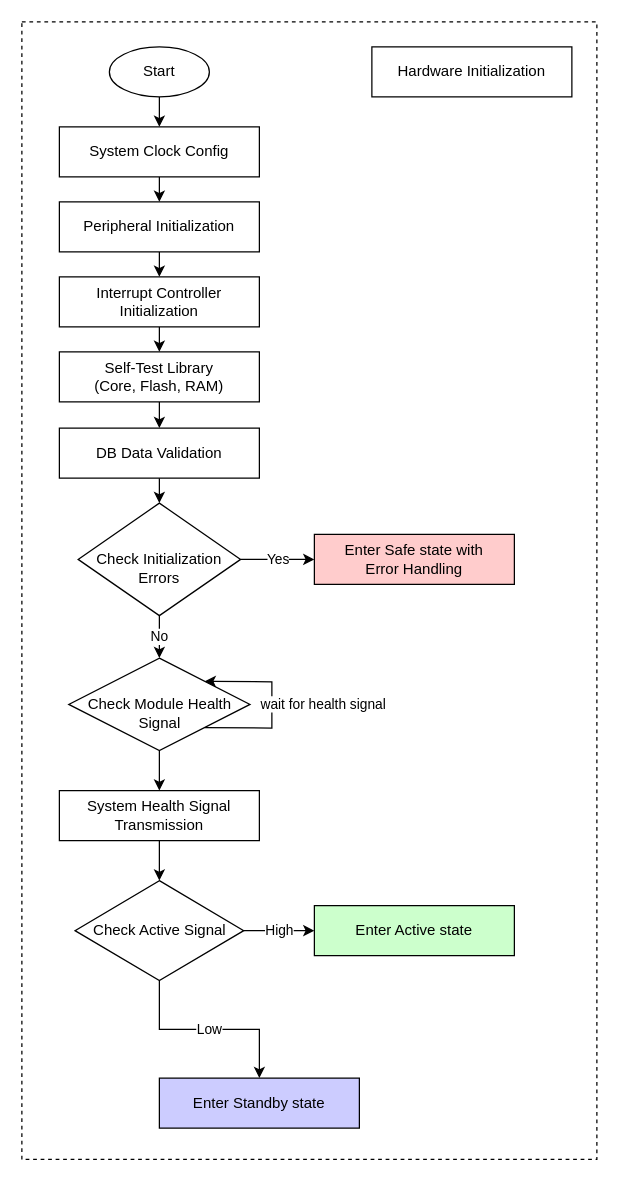
chillin2/MyDraw.io keeps this draw.io diagram as page "FCPU_Initialization_Flowchart00" (1 of 2) of EABS_SIL4/FCPU/FCPU_Init_Flowchart01.drawio. Above is the earlier version. Source tidied: cells renumbered, new cells numbered last; positions are measured from the earlier drawing's top-left corner, leaving out a move shared by most shapes. Both pictures are drawn from the tidied source at 125%, with x=0, y=0 at pixel (21, 21).
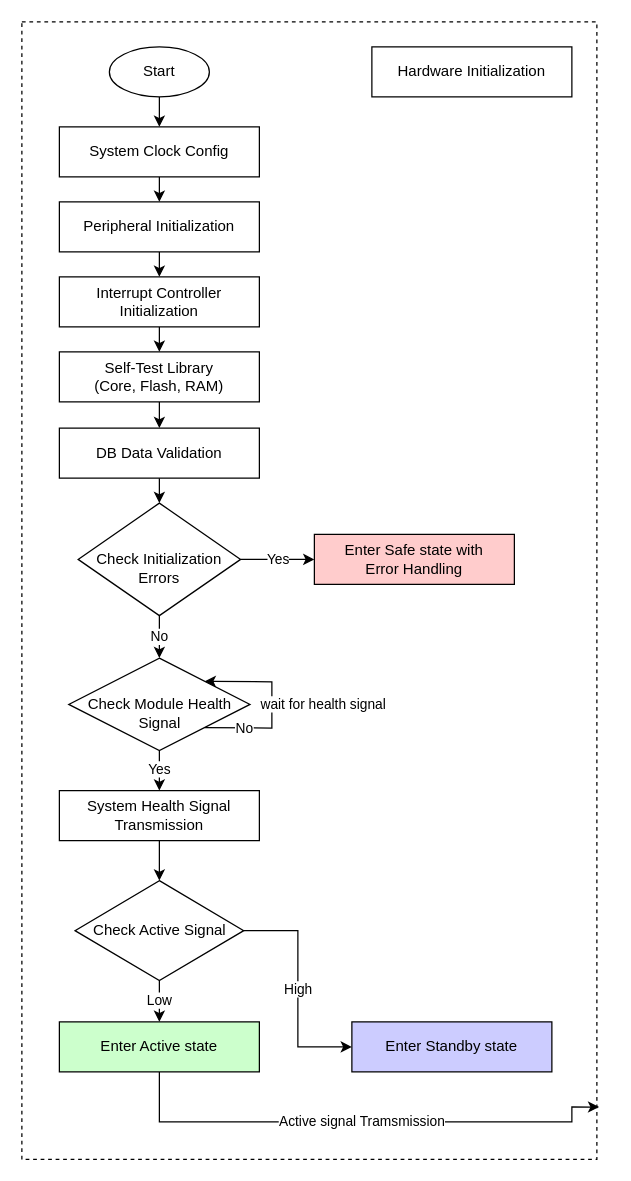
The same diagram, later.

The change refers to these unchanged cells:
```xml
<mxCell id="2" style="rounded=0;whiteSpace=wrap;html=1;dashed=1;fillColor=default;noLabel=0;movableLabel=0;" parent="1" vertex="1">
  <mxGeometry width="460" height="910" as="geometry" />
</mxCell>
<mxCell id="13" value="Check Active Signal" style="rhombus;whiteSpace=wrap;html=1;" parent="1" vertex="1">
  <mxGeometry x="42.5" y="687" width="135" height="80" as="geometry" />
</mxCell>
<mxCell id="22" style="exitX=0.5;exitY=1;exitDx=0;exitDy=0;" parent="1" edge="1" source="28" target="12">
  <mxGeometry relative="1" as="geometry" />
</mxCell>
<mxCell id="29" style="endArrow=classic;html=1;rounded=0;exitX=1;exitY=1;exitDx=0;exitDy=0;entryX=1;entryY=0;entryDx=0;entryDy=0;" parent="1" edge="1" source="28" target="28">
  <mxGeometry relative="1" as="geometry">
    <Array as="points">
      <mxPoint x="200" y="565" />
      <mxPoint x="200" y="528" />
    </Array>
  </mxGeometry>
</mxCell>
```

What changed in the source:
```diff
@@
     <mxCell id="14" value="Enter Active state" style="rounded=0;whiteSpace=wrap;html=1;fillColor=#ccffcc;" parent="1" vertex="1">
-      <mxGeometry x="234" y="707" width="160" height="40" as="geometry" />
+      <mxGeometry x="30" y="800" width="160" height="40" as="geometry" />
     </mxCell>
     <mxCell id="15" value="Enter Standby state" style="rounded=0;whiteSpace=wrap;html=1;fillColor=#ccccff;" parent="1" vertex="1">
-      <mxGeometry x="110" y="845" width="160" height="40" as="geometry" />
+      <mxGeometry x="264" y="800" width="160" height="40" as="geometry" />
     </mxCell>
@@
+    <mxCell id="31" value="Yes" style="edgeLabel;html=1;align=center;verticalAlign=middle;" parent="22" vertex="1">
+      <mxGeometry x="-0.12" y="-1" relative="1" as="geometry" />
+    </mxCell>
@@
-    <mxCell id="26" value="High" style="edgeStyle=orthogonalEdgeStyle;rounded=0;jettySize=auto;html=1;" parent="1" edge="1" source="13" target="14">
+    <mxCell id="26" value="High" style="edgeStyle=orthogonalEdgeStyle;rounded=0;jettySize=auto;html=1;entryX=0;entryY=0.5;entryDx=0;entryDy=0;" parent="1" edge="1" source="13" target="15">
       <mxGeometry relative="1" as="geometry" />
     </mxCell>
-    <mxCell id="27" value="Low" style="edgeStyle=orthogonalEdgeStyle;rounded=0;jettySize=auto;html=1;" parent="1" edge="1" source="13" target="15">
+    <mxCell id="27" value="Low" style="edgeStyle=orthogonalEdgeStyle;rounded=0;jettySize=auto;html=1;" parent="1" edge="1" source="13" target="14">
       <mxGeometry relative="1" as="geometry" />
     </mxCell>
@@
+    <mxCell id="32" value="No" style="edgeLabel;html=1;align=center;verticalAlign=middle;" parent="29" vertex="1">
+      <mxGeometry x="-0.57" relative="1" as="geometry" />
+    </mxCell>
+    <mxCell id="33" value="Active signal Tramsmission" style="edgeStyle=orthogonalEdgeStyle;rounded=0;jettySize=auto;html=1;exitX=0.5;exitY=1;exitDx=0;exitDy=0;entryX=1.004;entryY=0.954;entryDx=0;entryDy=0;entryPerimeter=0;" parent="1" edge="1" source="14" target="2">
+      <mxGeometry relative="1" as="geometry">
+        <Array as="points">
+          <mxPoint x="110" y="880" />
+          <mxPoint x="440" y="880" />
+          <mxPoint x="440" y="868" />
+        </Array>
+      </mxGeometry>
+    </mxCell>
```
